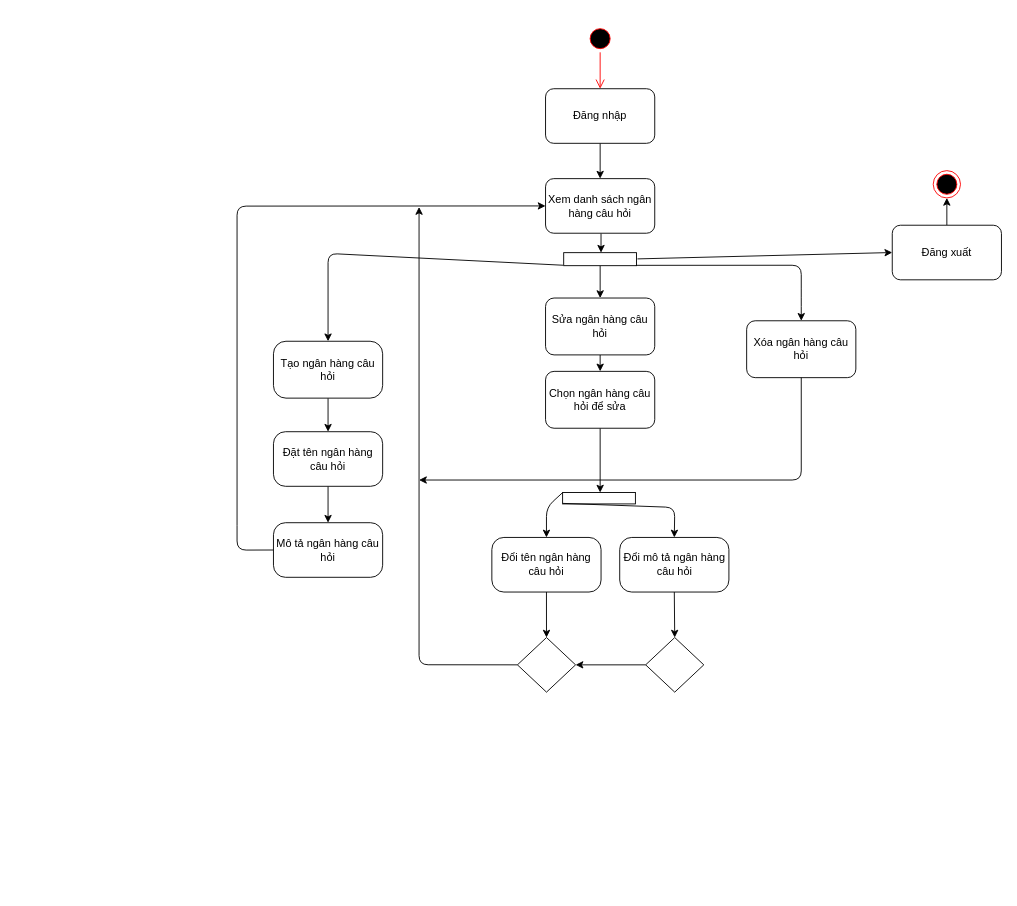
This is page "Quản lý đề thi" (3 of 4) of activitydiagram.drawio from VDT1805/ChallengeCreator, a draw.io file, before an edit. Source tidied: cells renumbered, new cells numbered last; positions are measured from the earlier drawing's top-left corner, leaving out a move shared by most shapes. Both pictures are drawn from the tidied source at 91%, with x=0, y=0 at pixel (237, 25).
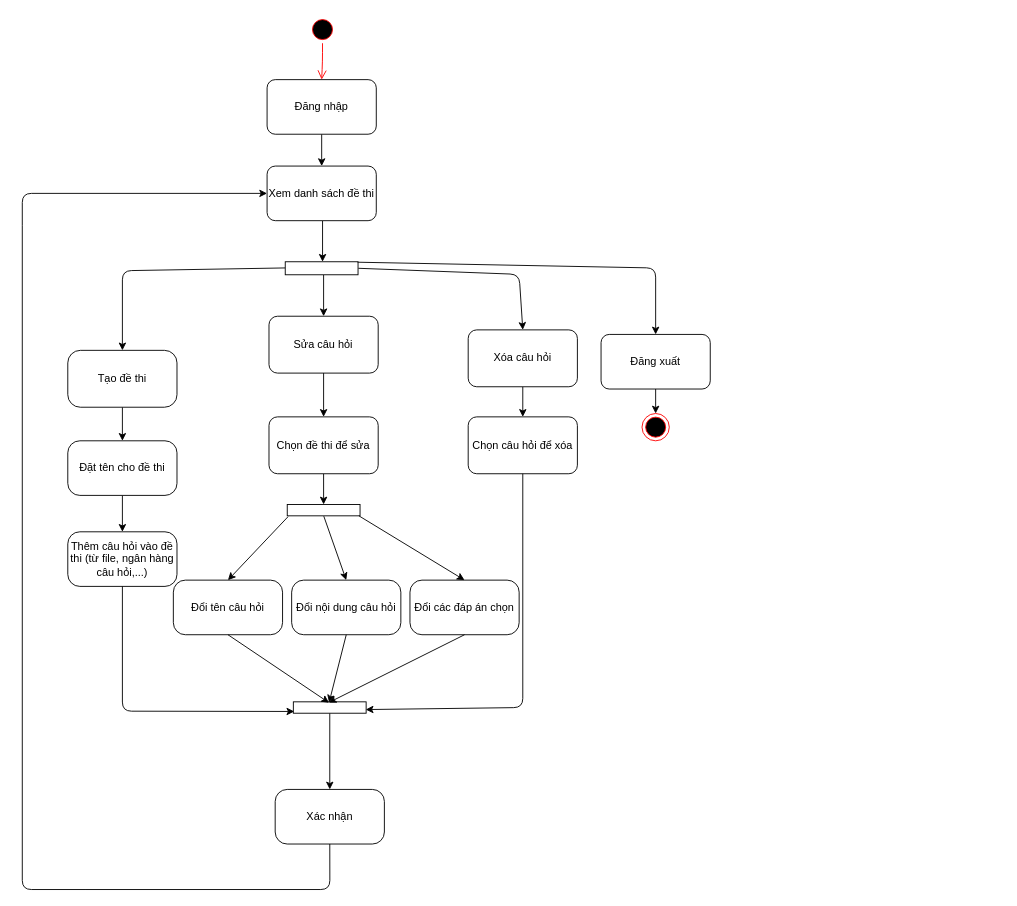
The same diagram, later.

The edit, as a diff of the source:
```diff
@@
-    <mxCell id="2" style="ellipse;html=1;shape=endState;fillColor=#000000;strokeColor=#ff0000;" parent="1" vertex="1">
-      <mxGeometry x="765" y="160" width="30" height="30" as="geometry" />
-    </mxCell>
-    <mxCell id="3" style="ellipse;html=1;shape=startState;fillColor=#000000;strokeColor=#ff0000;" parent="1" vertex="1">
-      <mxGeometry x="384" width="30" height="30" as="geometry" />
-    </mxCell>
-    <mxCell id="4" style="edgeStyle=orthogonalEdgeStyle;html=1;verticalAlign=bottom;endArrow=open;endSize=8;strokeColor=#ff0000;entryX=0.5;entryY=0;entryDx=0;entryDy=0;" parent="1" edge="1" source="3" target="6">
-      <mxGeometry relative="1" as="geometry" />
-    </mxCell>
-    <mxCell id="5" style="edgeStyle=none;html=1;exitX=0.5;exitY=1;exitDx=0;exitDy=0;entryX=0.5;entryY=0;entryDx=0;entryDy=0;" parent="1" edge="1" source="6" target="19">
-      <mxGeometry relative="1" as="geometry" />
-    </mxCell>
+    <mxCell id="40" style="ellipse;html=1;shape=endState;fillColor=#000000;strokeColor=#ff0000;" parent="1" vertex="1">
+      <mxGeometry x="445" y="426.9" width="30" height="30" as="geometry" />
+    </mxCell>
+    <mxCell id="41" style="ellipse;html=1;shape=startState;fillColor=#000000;strokeColor=#ff0000;" parent="1" vertex="1">
+      <mxGeometry x="78.9" y="-10" width="30" height="30" as="geometry" />
+    </mxCell>
+    <mxCell id="42" style="edgeStyle=orthogonalEdgeStyle;html=1;verticalAlign=bottom;endArrow=open;endSize=8;strokeColor=#ff0000;entryX=0.5;entryY=0;entryDx=0;entryDy=0;" parent="1" edge="1" source="41" target="6">
+      <mxGeometry relative="1" as="geometry" />
+    </mxCell>
+    <mxCell id="43" style="edgeStyle=none;html=1;exitX=0.5;exitY=1;exitDx=0;exitDy=0;entryX=0.5;entryY=0;entryDx=0;entryDy=0;" parent="1" edge="1" source="6" target="56">
+      <mxGeometry relative="1" as="geometry" />
+    </mxCell>
     <mxCell id="6" value="Đăng nhập" style="rounded=1;whiteSpace=wrap;html=1;" parent="1" vertex="1">
-      <mxGeometry x="339" y="70" width="120" height="60" as="geometry" />
+      <mxGeometry x="33" y="60" width="120" height="60" as="geometry" />
     </mxCell>
-    <mxCell id="7" style="edgeStyle=none;html=1;" parent="1" edge="1" source="8" target="22">
-      <mxGeometry relative="1" as="geometry" />
-    </mxCell>
-    <mxCell id="8" value="Tạo ngân hàng câu hỏi" style="rounded=1;whiteSpace=wrap;html=1;arcSize=22;" parent="1" vertex="1">
-      <mxGeometry x="40" y="347.5" width="120" height="62.5" as="geometry" />
-    </mxCell>
-    <mxCell id="9" style="edgeStyle=none;html=1;" parent="1" edge="1" source="10" target="32">
-      <mxGeometry relative="1" as="geometry" />
-    </mxCell>
-    <mxCell id="10" value="Sửa ngân hàng câu hỏi" style="rounded=1;whiteSpace=wrap;html=1;" parent="1" vertex="1">
-      <mxGeometry x="339" y="300" width="120" height="62.5" as="geometry" />
-    </mxCell>
-    <mxCell id="11" value="Xóa ngân hàng câu hỏi" style="rounded=1;whiteSpace=wrap;html=1;" parent="1" vertex="1">
-      <mxGeometry x="560" y="325" width="120" height="62.5" as="geometry" />
-    </mxCell>
-    <mxCell id="12" style="edgeStyle=none;html=1;entryX=0.5;entryY=0;entryDx=0;entryDy=0;exitX=0.974;exitY=0.016;exitDx=0;exitDy=0;exitPerimeter=0;" parent="1" edge="1" source="15" target="11">
-      <mxGeometry relative="1" as="geometry">
-        <Array as="points">
-          <mxPoint x="620" y="264" />
-          <mxPoint x="620" y="300" />
-        </Array>
-      </mxGeometry>
-    </mxCell>
-    <mxCell id="13" style="edgeStyle=none;html=1;entryX=0.5;entryY=0;entryDx=0;entryDy=0;exitX=0.967;exitY=1.008;exitDx=0;exitDy=0;exitPerimeter=0;" parent="1" edge="1" source="15" target="8">
-      <mxGeometry relative="1" as="geometry">
-        <Array as="points">
-          <mxPoint x="100" y="251" />
-        </Array>
-      </mxGeometry>
-    </mxCell>
-    <mxCell id="14" style="edgeStyle=none;rounded=1;html=1;entryX=0.5;entryY=0;entryDx=0;entryDy=0;endArrow=classic;endFill=1;" parent="1" edge="1" source="15" target="10">
-      <mxGeometry relative="1" as="geometry" />
-    </mxCell>
-    <mxCell id="15" style="html=1;points=[];perimeter=orthogonalPerimeter;rotation=90;" parent="1" vertex="1">
-      <mxGeometry x="391.8" y="217.3" width="14.3" height="80" as="geometry" />
-    </mxCell>
-    <mxCell id="16" style="edgeStyle=none;html=1;" parent="1" edge="1" source="17" target="2">
-      <mxGeometry relative="1" as="geometry" />
-    </mxCell>
+    <mxCell id="44" style="edgeStyle=none;html=1;" parent="1" edge="1" source="45" target="58">
+      <mxGeometry relative="1" as="geometry" />
+    </mxCell>
+    <mxCell id="45" value="Tạo đề thi" style="rounded=1;whiteSpace=wrap;html=1;arcSize=22;" parent="1" vertex="1">
+      <mxGeometry x="-186" y="357.5" width="120" height="62.5" as="geometry" />
+    </mxCell>
+    <mxCell id="46" style="edgeStyle=none;html=1;" parent="1" edge="1" source="47" target="64">
+      <mxGeometry relative="1" as="geometry" />
+    </mxCell>
+    <mxCell id="47" value="Sửa câu hỏi" style="rounded=1;whiteSpace=wrap;html=1;" parent="1" vertex="1">
+      <mxGeometry x="35.1" y="320" width="120" height="62.5" as="geometry" />
+    </mxCell>
+    <mxCell id="48" style="edgeStyle=none;html=1;endArrow=classic;endFill=1;" parent="1" edge="1" source="49" target="73">
+      <mxGeometry relative="1" as="geometry" />
+    </mxCell>
+    <mxCell id="49" value="Xóa câu hỏi" style="rounded=1;whiteSpace=wrap;html=1;" parent="1" vertex="1">
+      <mxGeometry x="254" y="335" width="120" height="62.5" as="geometry" />
+    </mxCell>
+    <mxCell id="50" style="edgeStyle=none;html=1;exitX=0.502;exitY=-0.004;exitDx=0;exitDy=0;exitPerimeter=0;entryX=0.5;entryY=0;entryDx=0;entryDy=0;" parent="1" edge="1" source="53" target="49">
+      <mxGeometry relative="1" as="geometry">
+        <Array as="points">
+          <mxPoint x="310" y="274" />
+        </Array>
+      </mxGeometry>
+    </mxCell>
+    <mxCell id="51" style="edgeStyle=none;html=1;entryX=0.5;entryY=0;entryDx=0;entryDy=0;exitX=0.474;exitY=0.999;exitDx=0;exitDy=0;exitPerimeter=0;" parent="1" edge="1" source="53" target="45">
+      <mxGeometry relative="1" as="geometry">
+        <Array as="points">
+          <mxPoint x="-126" y="270" />
+        </Array>
+      </mxGeometry>
+    </mxCell>
+    <mxCell id="52" style="edgeStyle=none;rounded=1;html=1;entryX=0.5;entryY=0;entryDx=0;entryDy=0;endArrow=classic;endFill=1;" parent="1" edge="1" source="53" target="47">
+      <mxGeometry relative="1" as="geometry" />
+    </mxCell>
+    <mxCell id="53" style="html=1;points=[];perimeter=orthogonalPerimeter;rotation=90;" parent="1" vertex="1">
+      <mxGeometry x="85.8" y="227.3" width="14.3" height="80" as="geometry" />
+    </mxCell>
+    <mxCell id="54" style="edgeStyle=none;html=1;" parent="1" edge="1" source="17" target="40">
+      <mxGeometry relative="1" as="geometry" />
+    </mxCell>
     <mxCell id="17" value="Đăng xuất" style="rounded=1;whiteSpace=wrap;html=1;" parent="1" vertex="1">
-      <mxGeometry x="720" y="220" width="120" height="60" as="geometry" />
+      <mxGeometry x="400" y="340" width="120" height="60" as="geometry" />
     </mxCell>
-    <mxCell id="18" style="edgeStyle=none;html=1;exitX=0.508;exitY=1.005;exitDx=0;exitDy=0;exitPerimeter=0;" parent="1" edge="1" source="19" target="15">
-      <mxGeometry relative="1" as="geometry" />
-    </mxCell>
-    <mxCell id="19" value="Xem danh sách ngân hàng câu hỏi" style="rounded=1;whiteSpace=wrap;html=1;" parent="1" vertex="1">
-      <mxGeometry x="339" y="168.8" width="120" height="60" as="geometry" />
-    </mxCell>
-    <mxCell id="20" style="endArrow=classic;html=1;entryX=0;entryY=0.5;entryDx=0;entryDy=0;startArrow=none;" parent="1" edge="1" target="19">
-      <mxGeometry relative="1" as="geometry">
-        <mxPoint y="550" as="sourcePoint" />
-        <Array as="points">
-          <mxPoint y="199" />
-        </Array>
-      </mxGeometry>
-    </mxCell>
-    <mxCell id="21" style="edgeStyle=none;html=1;" parent="1" edge="1" source="22" target="23">
-      <mxGeometry relative="1" as="geometry" />
-    </mxCell>
-    <mxCell id="22" value="Đặt tên ngân hàng câu hỏi" style="whiteSpace=wrap;html=1;rounded=1;arcSize=22;" parent="1" vertex="1">
-      <mxGeometry x="40" y="446.9" width="120" height="60" as="geometry" />
-    </mxCell>
-    <mxCell id="23" value="Mô tả ngân hàng câu hỏi" style="whiteSpace=wrap;html=1;rounded=1;arcSize=22;" parent="1" vertex="1">
-      <mxGeometry x="40" y="546.9" width="120" height="60" as="geometry" />
-    </mxCell>
-    <mxCell id="24" style="html=1;points=[];perimeter=orthogonalPerimeter;rotation=90;" parent="1" vertex="1">
-      <mxGeometry x="391.5" y="480" width="12.5" height="80" as="geometry" />
-    </mxCell>
-    <mxCell id="25" style="edgeStyle=none;html=1;exitX=0.5;exitY=1;exitDx=0;exitDy=0;entryX=0.5;entryY=0;entryDx=0;entryDy=0;" parent="1" edge="1" source="26" target="34">
-      <mxGeometry relative="1" as="geometry" />
-    </mxCell>
-    <mxCell id="26" value="Đổi tên ngân hàng câu hỏi" style="whiteSpace=wrap;html=1;rounded=1;arcSize=22;" parent="1" vertex="1">
-      <mxGeometry x="280" y="563.1" width="120" height="60" as="geometry" />
-    </mxCell>
-    <mxCell id="27" style="edgeStyle=none;html=1;exitX=0.5;exitY=1;exitDx=0;exitDy=0;entryX=0.5;entryY=0;entryDx=0;entryDy=0;" parent="1" edge="1" source="28" target="35">
-      <mxGeometry relative="1" as="geometry" />
-    </mxCell>
-    <mxCell id="28" value="Đổi mô tả ngân hàng câu hỏi" style="whiteSpace=wrap;html=1;rounded=1;arcSize=22;" parent="1" vertex="1">
-      <mxGeometry x="420.5" y="563.1" width="120" height="60" as="geometry" />
-    </mxCell>
-    <mxCell id="29" style="endArrow=classic;html=1;entryX=0.5;entryY=0;entryDx=0;entryDy=0;exitX=-0.009;exitY=0.997;exitDx=0;exitDy=0;exitPerimeter=0;" parent="1" edge="1" source="24" target="26">
-      <mxGeometry relative="1" as="geometry">
-        <Array as="points">
-          <mxPoint x="340" y="530.1" />
-        </Array>
-      </mxGeometry>
-    </mxCell>
-    <mxCell id="30" style="endArrow=classic;html=1;entryX=0.5;entryY=0;entryDx=0;entryDy=0;exitX=0.954;exitY=0.994;exitDx=0;exitDy=0;exitPerimeter=0;" parent="1" edge="1" source="24" target="28">
-      <mxGeometry relative="1" as="geometry">
-        <Array as="points">
-          <mxPoint x="481" y="530.1" />
-        </Array>
-      </mxGeometry>
-    </mxCell>
-    <mxCell id="31" style="edgeStyle=none;html=1;endArrow=classic;endFill=1;" parent="1" edge="1" source="32" target="24">
-      <mxGeometry relative="1" as="geometry" />
-    </mxCell>
-    <mxCell id="32" value="Chọn ngân hàng câu hỏi để sửa" style="rounded=1;whiteSpace=wrap;html=1;" parent="1" vertex="1">
-      <mxGeometry x="339" y="380.6" width="120" height="62.5" as="geometry" />
-    </mxCell>
-    <mxCell id="33" style="endArrow=classic;html=1;entryX=0;entryY=0.5;entryDx=0;entryDy=0;" parent="1" edge="1" target="17">
-      <mxGeometry relative="1" as="geometry">
-        <mxPoint x="440" y="257" as="sourcePoint" />
-      </mxGeometry>
-    </mxCell>
-    <mxCell id="34" style="rhombus;whiteSpace=wrap;html=1;" parent="1" vertex="1">
-      <mxGeometry x="308.1" y="673.1" width="63.9" height="60" as="geometry" />
-    </mxCell>
-    <mxCell id="35" style="rhombus;whiteSpace=wrap;html=1;" parent="1" vertex="1">
-      <mxGeometry x="449" y="673.1" width="63.9" height="60" as="geometry" />
-    </mxCell>
-    <mxCell id="36" style="endArrow=classic;html=1;strokeColor=default;exitX=0;exitY=0.5;exitDx=0;exitDy=0;entryX=1;entryY=0.5;entryDx=0;entryDy=0;" parent="1" edge="1" source="35" target="34">
-      <mxGeometry relative="1" as="geometry" />
-    </mxCell>
-    <mxCell id="37" style="endArrow=classic;html=1;strokeColor=default;exitX=0;exitY=0.5;exitDx=0;exitDy=0;" parent="1" edge="1" source="34">
-      <mxGeometry relative="1" as="geometry">
-        <mxPoint x="200" y="200" as="targetPoint" />
-        <Array as="points">
-          <mxPoint x="200" y="703" />
-        </Array>
-      </mxGeometry>
-    </mxCell>
-    <mxCell id="38" style="endArrow=none;html=1;startArrow=none;exitX=0;exitY=0.5;exitDx=0;exitDy=0;endFill=0;" parent="1" edge="1" source="23">
-      <mxGeometry relative="1" as="geometry">
-        <mxPoint y="550" as="targetPoint" />
-        <Array as="points">
-          <mxPoint y="577" />
-        </Array>
-      </mxGeometry>
-    </mxCell>
-    <mxCell id="39" style="edgeStyle=none;html=1;exitX=0.5;exitY=1;exitDx=0;exitDy=0;" parent="1" edge="1" source="11">
-      <mxGeometry relative="1" as="geometry">
-        <mxPoint x="200" y="500" as="targetPoint" />
-        <Array as="points">
-          <mxPoint x="620" y="500" />
-        </Array>
-      </mxGeometry>
-    </mxCell>
+    <mxCell id="55" style="edgeStyle=none;html=1;exitX=0.508;exitY=1.005;exitDx=0;exitDy=0;exitPerimeter=0;" parent="1" edge="1" source="56" target="53">
+      <mxGeometry relative="1" as="geometry" />
+    </mxCell>
+    <mxCell id="56" value="Xem danh sách đề thi" style="rounded=1;whiteSpace=wrap;html=1;" parent="1" vertex="1">
+      <mxGeometry x="33" y="155" width="120" height="60" as="geometry" />
+    </mxCell>
+    <mxCell id="57" style="edgeStyle=none;html=1;" parent="1" edge="1" source="58" target="59">
+      <mxGeometry relative="1" as="geometry" />
+    </mxCell>
+    <mxCell id="58" value="Đặt tên cho đề thi" style="whiteSpace=wrap;html=1;rounded=1;arcSize=22;" parent="1" vertex="1">
+      <mxGeometry x="-186" y="456.9" width="120" height="60" as="geometry" />
+    </mxCell>
+    <mxCell id="59" value="Thêm câu hỏi vào đề thi (từ file, ngân hàng câu hỏi,...)" style="whiteSpace=wrap;html=1;rounded=1;arcSize=22;" parent="1" vertex="1">
+      <mxGeometry x="-186" y="556.9" width="120" height="60" as="geometry" />
+    </mxCell>
+    <mxCell id="60" style="html=1;points=[];perimeter=orthogonalPerimeter;rotation=90;" parent="1" vertex="1">
+      <mxGeometry x="88.9" y="493.1" width="12.5" height="80" as="geometry" />
+    </mxCell>
+    <mxCell id="61" value="Đổi nội dung câu hỏi" style="whiteSpace=wrap;html=1;rounded=1;arcSize=22;" parent="1" vertex="1">
+      <mxGeometry x="60" y="610" width="120" height="60" as="geometry" />
+    </mxCell>
+    <mxCell id="62" value="Đổi các đáp án chọn" style="whiteSpace=wrap;html=1;rounded=1;arcSize=22;" parent="1" vertex="1">
+      <mxGeometry x="190" y="610" width="120" height="60" as="geometry" />
+    </mxCell>
+    <mxCell id="63" style="edgeStyle=none;html=1;endArrow=classic;endFill=1;" parent="1" edge="1" source="64" target="60">
+      <mxGeometry relative="1" as="geometry" />
+    </mxCell>
+    <mxCell id="64" value="Chọn đề thi để sửa" style="rounded=1;whiteSpace=wrap;html=1;" parent="1" vertex="1">
+      <mxGeometry x="35.1" y="430.6" width="120" height="62.5" as="geometry" />
+    </mxCell>
+    <mxCell id="65" value="Xác nhận" style="whiteSpace=wrap;html=1;rounded=1;arcSize=22;" parent="1" vertex="1">
+      <mxGeometry x="41.9" y="840" width="120" height="60" as="geometry" />
+    </mxCell>
+    <mxCell id="66" style="endArrow=classic;html=1;startArrow=none;exitX=0.5;exitY=1;exitDx=0;exitDy=0;endFill=1;entryX=0.847;entryY=0.987;entryDx=0;entryDy=0;entryPerimeter=0;" parent="1" edge="1" source="59" target="68">
+      <mxGeometry relative="1" as="geometry">
+        <Array as="points">
+          <mxPoint x="-126" y="754" />
+        </Array>
+      </mxGeometry>
+    </mxCell>
+    <mxCell id="67" style="edgeStyle=none;html=1;endArrow=classic;endFill=1;" parent="1" edge="1" source="68" target="65">
+      <mxGeometry relative="1" as="geometry" />
+    </mxCell>
+    <mxCell id="68" style="html=1;points=[];perimeter=orthogonalPerimeter;rotation=90;" parent="1" vertex="1">
+      <mxGeometry x="95.6" y="710" width="12.5" height="80" as="geometry" />
+    </mxCell>
+    <mxCell id="69" style="endArrow=classic;html=1;startArrow=none;exitX=0.5;exitY=1;exitDx=0;exitDy=0;endFill=1;entryX=0.059;entryY=0.509;entryDx=0;entryDy=0;entryPerimeter=0;" parent="1" edge="1" source="61" target="68">
+      <mxGeometry relative="1" as="geometry" />
+    </mxCell>
+    <mxCell id="70" style="endArrow=classic;html=1;startArrow=none;exitX=0.5;exitY=1;exitDx=0;exitDy=0;endFill=1;entryX=0.066;entryY=0.514;entryDx=0;entryDy=0;entryPerimeter=0;" parent="1" edge="1" source="62" target="68">
+      <mxGeometry relative="1" as="geometry" />
+    </mxCell>
+    <mxCell id="71" style="endArrow=classic;html=1;exitX=1.03;exitY=0.498;exitDx=0;exitDy=0;exitPerimeter=0;entryX=0.5;entryY=0;entryDx=0;entryDy=0;" parent="1" edge="1" source="60" target="61">
+      <mxGeometry relative="1" as="geometry" />
+    </mxCell>
+    <mxCell id="72" style="endArrow=classic;html=1;startArrow=none;exitX=0.999;exitY=0.016;exitDx=0;exitDy=0;endFill=1;entryX=0.5;entryY=0;entryDx=0;entryDy=0;exitPerimeter=0;" parent="1" edge="1" source="60" target="62">
+      <mxGeometry relative="1" as="geometry" />
+    </mxCell>
+    <mxCell id="73" value="Chọn câu hỏi để xóa" style="rounded=1;whiteSpace=wrap;html=1;" parent="1" vertex="1">
+      <mxGeometry x="254" y="430.6" width="120" height="62.5" as="geometry" />
+    </mxCell>
+    <mxCell id="74" style="endArrow=classic;html=1;startArrow=none;exitX=0.5;exitY=1;exitDx=0;exitDy=0;endFill=1;entryX=0.68;entryY=0.006;entryDx=0;entryDy=0;entryPerimeter=0;" parent="1" edge="1" source="73" target="68">
+      <mxGeometry relative="1" as="geometry">
+        <Array as="points">
+          <mxPoint x="314" y="750" />
+        </Array>
+      </mxGeometry>
+    </mxCell>
+    <mxCell id="75" style="endArrow=none;html=1;startArrow=none;exitX=0.5;exitY=1;exitDx=0;exitDy=0;endFill=0;" parent="1" edge="1" source="65">
+      <mxGeometry relative="1" as="geometry">
+        <mxPoint x="-166" y="950" as="targetPoint" />
+        <Array as="points">
+          <mxPoint x="102" y="950" />
+        </Array>
+      </mxGeometry>
+    </mxCell>
+    <mxCell id="76" style="endArrow=none;html=1;startArrow=none;endFill=0;" parent="1" edge="1">
+      <mxGeometry relative="1" as="geometry">
+        <mxPoint x="-166" y="950" as="sourcePoint" />
+        <mxPoint x="-236" y="220" as="targetPoint" />
+        <Array as="points">
+          <mxPoint x="-236" y="950" />
+        </Array>
+      </mxGeometry>
+    </mxCell>
+    <mxCell id="77" style="endArrow=classic;html=1;entryX=0;entryY=0.5;entryDx=0;entryDy=0;" parent="1" edge="1" target="56">
+      <mxGeometry relative="1" as="geometry">
+        <mxPoint x="-236" y="220" as="sourcePoint" />
+        <Array as="points">
+          <mxPoint x="-236" y="185" />
+        </Array>
+      </mxGeometry>
+    </mxCell>
+    <mxCell id="78" style="edgeStyle=none;html=1;entryX=0.5;entryY=0;entryDx=0;entryDy=0;exitX=0.035;exitY=0.006;exitDx=0;exitDy=0;exitPerimeter=0;" parent="1" edge="1" source="53" target="17">
+      <mxGeometry relative="1" as="geometry">
+        <Array as="points">
+          <mxPoint x="460" y="267" />
+        </Array>
+      </mxGeometry>
+    </mxCell>
+    <mxCell id="79" value="Đổi tên câu hỏi" style="whiteSpace=wrap;html=1;rounded=1;arcSize=22;" parent="1" vertex="1">
+      <mxGeometry x="-70" y="610" width="120" height="60" as="geometry" />
+    </mxCell>
+    <mxCell id="80" style="endArrow=classic;html=1;exitX=1.075;exitY=0.989;exitDx=0;exitDy=0;exitPerimeter=0;entryX=0.5;entryY=0;entryDx=0;entryDy=0;" parent="1" edge="1" source="60" target="79">
+      <mxGeometry relative="1" as="geometry" />
+    </mxCell>
+    <mxCell id="81" style="endArrow=classic;html=1;startArrow=none;exitX=0.5;exitY=1;exitDx=0;exitDy=0;endFill=1;entryX=0.08;entryY=0.509;entryDx=0;entryDy=0;entryPerimeter=0;" parent="1" edge="1" source="79" target="68">
+      <mxGeometry relative="1" as="geometry" />
+    </mxCell>
```
